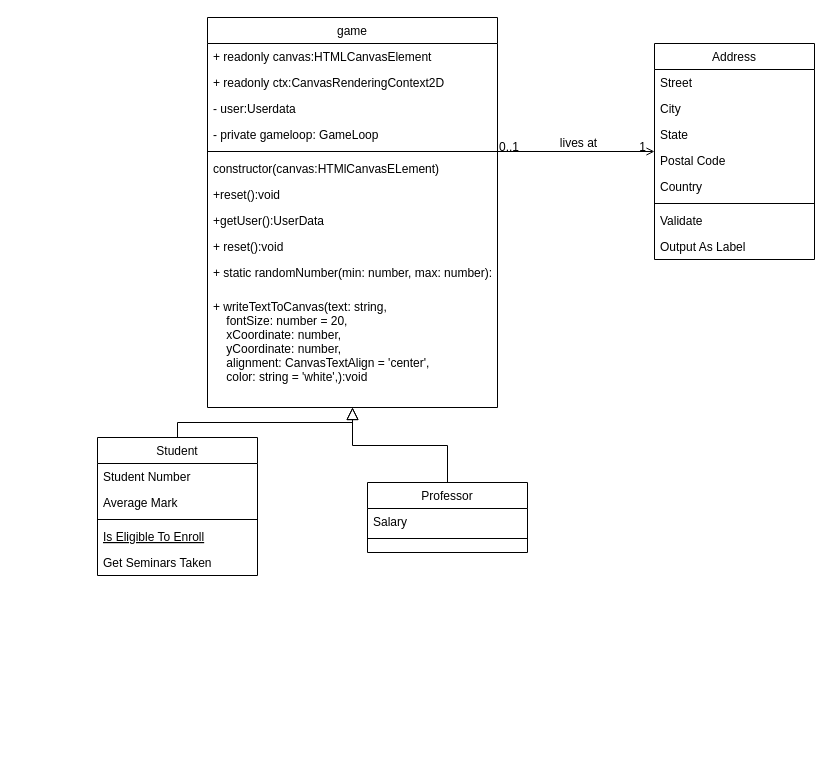
Above: assets/img/Untitled Diagram.drawio in barb0019/Serious-Game_BSF (draw.io), before the change. Source tidied: cells renumbered, new cells numbered last; positions are measured from the earlier drawing's top-left corner, leaving out a move shared by most shapes. Both pictures are drawn from the tidied source at 100%, with x=0, y=0 at pixel (97, 17).
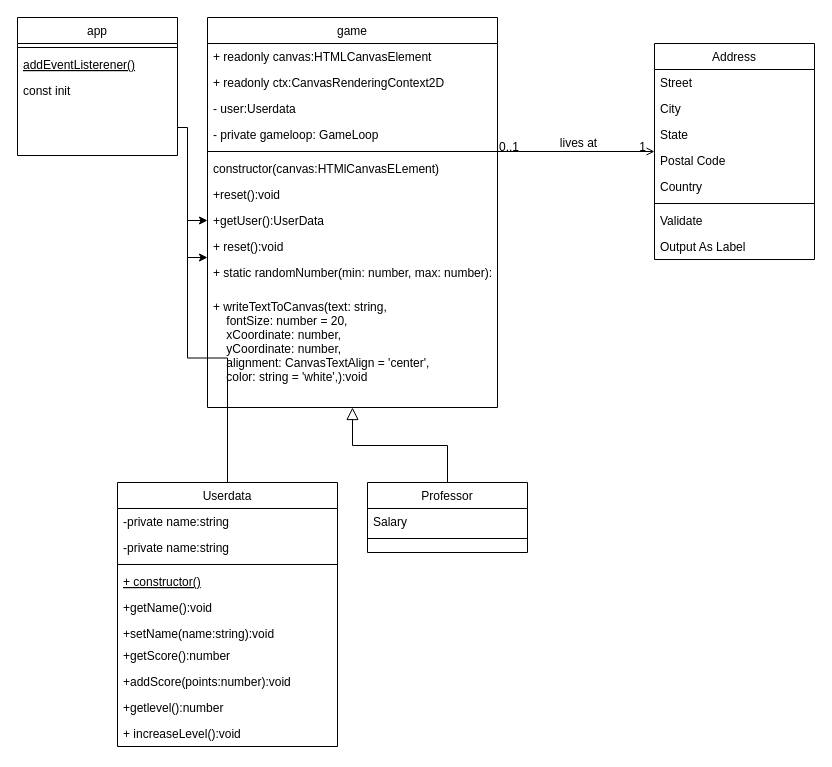
After the change.

Unchanged cells that the change refers to:
```xml
<mxCell id="2" value="game" style="swimlane;fontStyle=0;align=center;verticalAlign=top;horizontal=1;startSize=26;rounded=0;shadow=0;strokeWidth=1;" parent="1" vertex="1">
  <mxGeometry x="110" width="290" height="390" as="geometry" />
</mxCell>
<mxCell id="10" value="+getUser():UserData" style="text;align=left;verticalAlign=top;spacingLeft=4;spacingRight=4;overflow=hidden;points=[[0,0.5],[1,0.5]];portConstraint=eastwest;" parent="2" vertex="1">
  <mxGeometry y="190" width="290" height="26" as="geometry" />
</mxCell>
```

Diff of the diagram source:
```diff
@@
+    <mxCell id="38" style="edgeStyle=orthogonalEdgeStyle;rounded=0;jettySize=auto;html=1;entryX=0;entryY=0.5;entryDx=0;entryDy=0;" parent="1" edge="1" source="14" target="10">
+      <mxGeometry relative="1" as="geometry" />
+    </mxCell>
-    <mxCell id="14" value="Student" style="swimlane;fontStyle=0;align=center;verticalAlign=top;horizontal=1;startSize=26;rounded=0;shadow=0;strokeWidth=1;" parent="1" vertex="1">
-      <mxGeometry y="420" width="160" height="138" as="geometry" />
+    <mxCell id="14" value="Userdata" style="swimlane;fontStyle=0;align=center;verticalAlign=top;horizontal=1;startSize=26;rounded=0;shadow=0;strokeWidth=1;" parent="1" vertex="1">
+      <mxGeometry x="20" y="465" width="220" height="264" as="geometry" />
     </mxCell>
+    <mxCell id="39" value="-private name:string&#10;" style="text;align=left;verticalAlign=top;spacingLeft=4;spacingRight=4;overflow=hidden;" parent="14" vertex="1">
+      <mxGeometry y="26" width="220" height="26" as="geometry" />
+    </mxCell>
-    <mxCell id="15" value="Student Number" style="text;align=left;verticalAlign=top;spacingLeft=4;spacingRight=4;overflow=hidden;" parent="14" vertex="1">
-      <mxGeometry y="26" width="160" height="26" as="geometry" />
+    <mxCell id="15" value="-private name:string&#10;" style="text;align=left;verticalAlign=top;spacingLeft=4;spacingRight=4;overflow=hidden;" parent="14" vertex="1">
+      <mxGeometry y="52" width="220" height="26" as="geometry" />
     </mxCell>
-    <mxCell id="16" value="Average Mark" style="text;align=left;verticalAlign=top;spacingLeft=4;spacingRight=4;overflow=hidden;rounded=0;shadow=0;html=0;" parent="14" vertex="1">
-      <mxGeometry y="52" width="160" height="26" as="geometry" />
-    </mxCell>
     <mxCell id="17" style="line;html=1;strokeWidth=1;align=left;verticalAlign=middle;spacingTop=-1;spacingLeft=3;spacingRight=3;labelPosition=right;" parent="14" vertex="1">
-      <mxGeometry y="78" width="160" height="8" as="geometry" />
+      <mxGeometry y="78" width="220" height="8" as="geometry" />
     </mxCell>
-    <mxCell id="18" value="Is Eligible To Enroll" style="text;align=left;verticalAlign=top;spacingLeft=4;spacingRight=4;overflow=hidden;fontStyle=4;" parent="14" vertex="1">
-      <mxGeometry y="86" width="160" height="26" as="geometry" />
+    <mxCell id="18" value="+ constructor()" style="text;align=left;verticalAlign=top;spacingLeft=4;spacingRight=4;overflow=hidden;fontStyle=4;" parent="14" vertex="1">
+      <mxGeometry y="86" width="220" height="26" as="geometry" />
     </mxCell>
+    <mxCell id="40" value="+getName():void" style="text;align=left;verticalAlign=top;spacingLeft=4;spacingRight=4;overflow=hidden;" parent="14" vertex="1">
+      <mxGeometry y="112" width="220" height="26" as="geometry" />
+    </mxCell>
+    <mxCell id="41" value="+setName(name:string):void" style="text;align=left;verticalAlign=top;spacingLeft=4;spacingRight=4;overflow=hidden;" parent="14" vertex="1">
+      <mxGeometry y="138" width="220" height="22" as="geometry" />
+    </mxCell>
+    <mxCell id="42" value="+getScore():number" style="text;align=left;verticalAlign=top;spacingLeft=4;spacingRight=4;overflow=hidden;" parent="14" vertex="1">
+      <mxGeometry y="160" width="220" height="26" as="geometry" />
+    </mxCell>
-    <mxCell id="19" value="Get Seminars Taken" style="text;align=left;verticalAlign=top;spacingLeft=4;spacingRight=4;overflow=hidden;" parent="14" vertex="1">
-      <mxGeometry y="112" width="160" height="26" as="geometry" />
+    <mxCell id="19" value="+addScore(points:number):void" style="text;align=left;verticalAlign=top;spacingLeft=4;spacingRight=4;overflow=hidden;" parent="14" vertex="1">
+      <mxGeometry y="186" width="220" height="26" as="geometry" />
     </mxCell>
-    <mxCell id="20" style="endArrow=block;endSize=10;endFill=0;shadow=0;strokeWidth=1;rounded=0;edgeStyle=elbowEdgeStyle;elbow=vertical;" parent="1" edge="1" source="14" target="2">
-      <mxGeometry relative="1" as="geometry" />
-    </mxCell>
+    <mxCell id="43" value="+getlevel():number" style="text;align=left;verticalAlign=top;spacingLeft=4;spacingRight=4;overflow=hidden;" parent="14" vertex="1">
+      <mxGeometry y="212" width="220" height="26" as="geometry" />
+    </mxCell>
+    <mxCell id="44" value="+ increaseLevel():void" style="text;align=left;verticalAlign=top;spacingLeft=4;spacingRight=4;overflow=hidden;" parent="14" vertex="1">
+      <mxGeometry y="238" width="220" height="26" as="geometry" />
+    </mxCell>
@@
+    <mxCell id="45" style="edgeStyle=orthogonalEdgeStyle;rounded=0;jettySize=auto;html=1;" parent="1" edge="1" source="46" target="2">
+      <mxGeometry relative="1" as="geometry">
+        <Array as="points">
+          <mxPoint x="90" y="110" />
+          <mxPoint x="90" y="240" />
+        </Array>
+      </mxGeometry>
+    </mxCell>
+    <mxCell id="46" value="app" style="swimlane;fontStyle=0;align=center;verticalAlign=top;horizontal=1;startSize=26;rounded=0;shadow=0;strokeWidth=1;" parent="1" vertex="1">
+      <mxGeometry x="-80" width="160" height="138" as="geometry" />
+    </mxCell>
+    <mxCell id="47" style="line;html=1;strokeWidth=1;align=left;verticalAlign=middle;spacingTop=-1;spacingLeft=3;spacingRight=3;labelPosition=right;" parent="46" vertex="1">
+      <mxGeometry y="26" width="160" height="8" as="geometry" />
+    </mxCell>
+    <mxCell id="48" value="addEventListerener()" style="text;align=left;verticalAlign=top;spacingLeft=4;spacingRight=4;overflow=hidden;fontStyle=4;" parent="46" vertex="1">
+      <mxGeometry y="34" width="160" height="26" as="geometry" />
+    </mxCell>
+    <mxCell id="49" value="const init" style="text;align=left;verticalAlign=top;spacingLeft=4;spacingRight=4;overflow=hidden;" parent="46" vertex="1">
+      <mxGeometry y="60" width="160" height="26" as="geometry" />
+    </mxCell>
```
